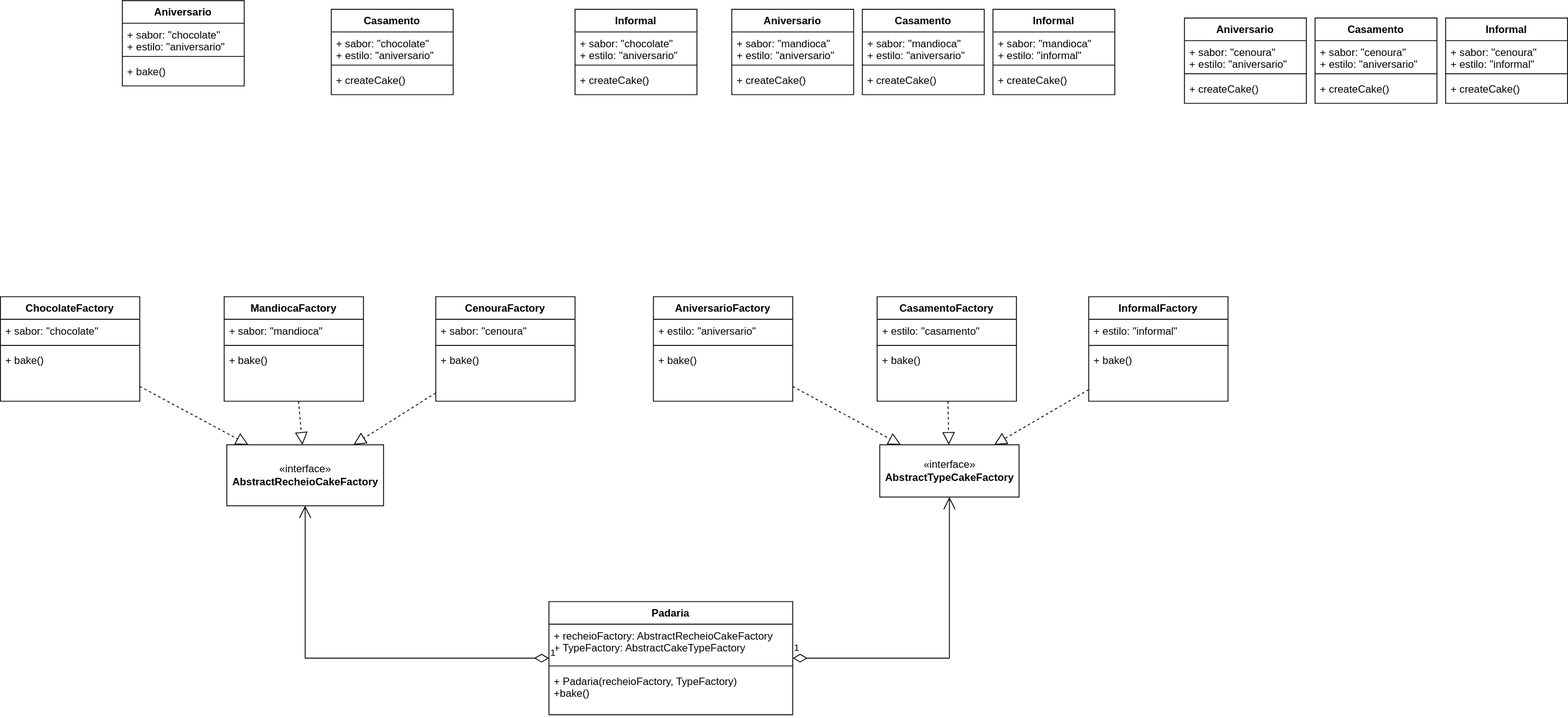
Before: padaria-factory.drawio.svg, a diagram exported from draw.io (lucas-maia-morais/lab03). Source tidied: cells renumbered, new cells last; positions are measured from the earlier drawing's top-left corner, leaving out a move shared by most shapes.
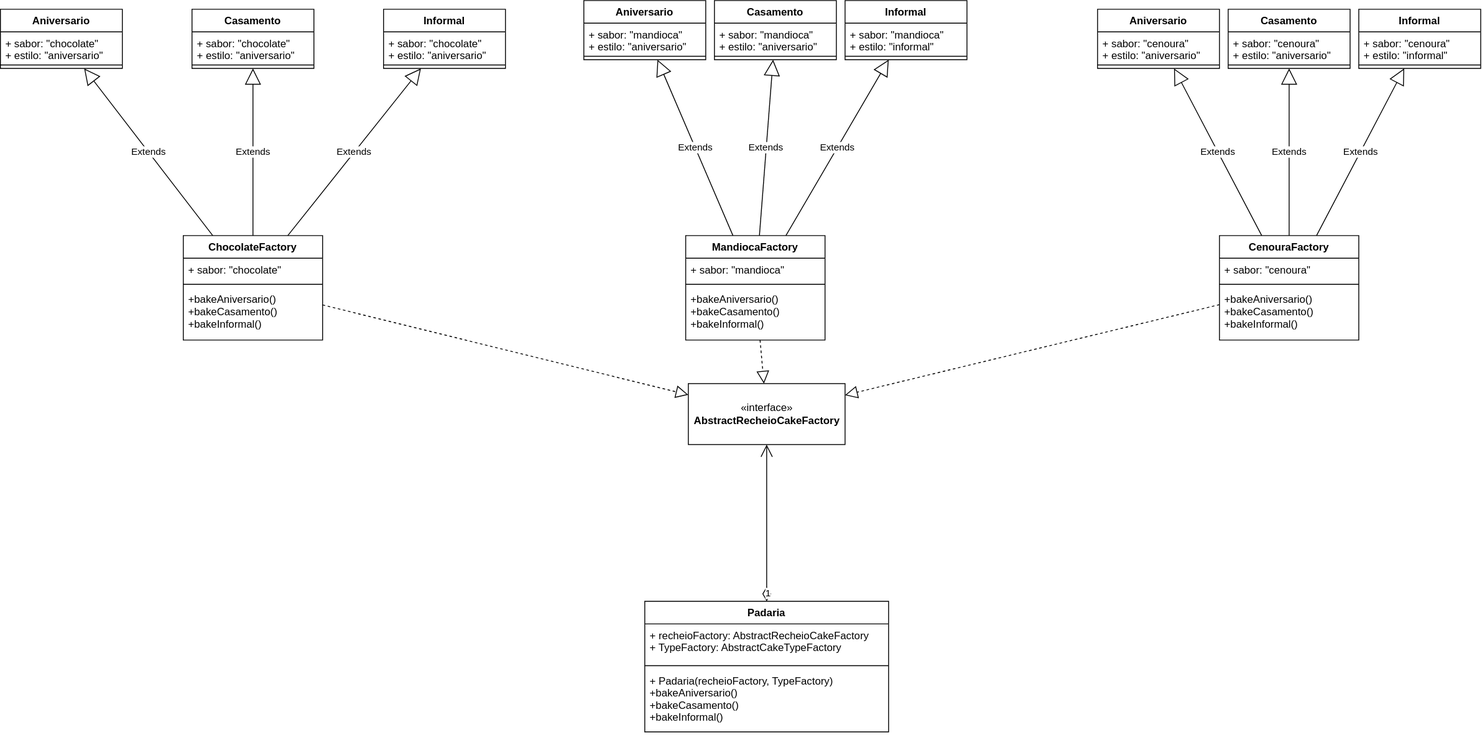
After the change.

What changed in the source:
```diff
@@ -5,3 +5,3 @@
     <mxCell id="2" value="Aniversario" style="swimlane;fontStyle=1;align=center;verticalAlign=top;horizontal=1;startSize=26;" parent="1" vertex="1">
-      <mxGeometry x="140" width="140" height="98" as="geometry" />
+      <mxGeometry x="-110" y="10" width="140" height="68" as="geometry" />
     </mxCell>
@@ -13,7 +13,4 @@
     </mxCell>
-    <mxCell id="5" value="+ bake()" style="text;strokeColor=none;fillColor=none;align=left;verticalAlign=top;spacingLeft=4;spacingRight=4;overflow=hidden;" parent="2" vertex="1">
-      <mxGeometry y="68" width="140" height="30" as="geometry" />
-    </mxCell>
     <mxCell id="6" value="Casamento" style="swimlane;fontStyle=1;align=center;verticalAlign=top;horizontal=1;startSize=26;" parent="1" vertex="1">
-      <mxGeometry x="380" y="10" width="140" height="98" as="geometry" />
+      <mxGeometry x="110" y="10" width="140" height="68" as="geometry" />
     </mxCell>
@@ -25,7 +22,4 @@
     </mxCell>
-    <mxCell id="9" value="+ createCake()" style="text;strokeColor=none;fillColor=none;align=left;verticalAlign=top;spacingLeft=4;spacingRight=4;overflow=hidden;" parent="6" vertex="1">
-      <mxGeometry y="68" width="140" height="30" as="geometry" />
-    </mxCell>
     <mxCell id="10" value="Informal" style="swimlane;fontStyle=1;align=center;verticalAlign=top;horizontal=1;startSize=26;" parent="1" vertex="1">
-      <mxGeometry x="660" y="10" width="140" height="98" as="geometry" />
+      <mxGeometry x="330" y="10" width="140" height="68" as="geometry" />
     </mxCell>
@@ -37,7 +31,4 @@
     </mxCell>
-    <mxCell id="13" value="+ createCake()" style="text;strokeColor=none;fillColor=none;align=left;verticalAlign=top;spacingLeft=4;spacingRight=4;overflow=hidden;" parent="10" vertex="1">
-      <mxGeometry y="68" width="140" height="30" as="geometry" />
-    </mxCell>
     <mxCell id="14" value="Aniversario" style="swimlane;fontStyle=1;align=center;verticalAlign=top;horizontal=1;startSize=26;" parent="1" vertex="1">
-      <mxGeometry x="840" y="10" width="140" height="98" as="geometry" />
+      <mxGeometry x="560" width="140" height="68" as="geometry" />
     </mxCell>
@@ -49,7 +40,4 @@
     </mxCell>
-    <mxCell id="17" value="+ createCake()" style="text;strokeColor=none;fillColor=none;align=left;verticalAlign=top;spacingLeft=4;spacingRight=4;overflow=hidden;" parent="14" vertex="1">
-      <mxGeometry y="68" width="140" height="30" as="geometry" />
-    </mxCell>
     <mxCell id="18" value="Casamento" style="swimlane;fontStyle=1;align=center;verticalAlign=top;horizontal=1;startSize=26;" parent="1" vertex="1">
-      <mxGeometry x="990" y="10" width="140" height="98" as="geometry" />
+      <mxGeometry x="710" width="140" height="68" as="geometry" />
     </mxCell>
@@ -61,7 +49,4 @@
     </mxCell>
-    <mxCell id="21" value="+ createCake()" style="text;strokeColor=none;fillColor=none;align=left;verticalAlign=top;spacingLeft=4;spacingRight=4;overflow=hidden;" parent="18" vertex="1">
-      <mxGeometry y="68" width="140" height="30" as="geometry" />
-    </mxCell>
     <mxCell id="22" value="Informal" style="swimlane;fontStyle=1;align=center;verticalAlign=top;horizontal=1;startSize=26;" parent="1" vertex="1">
-      <mxGeometry x="1140" y="10" width="140" height="98" as="geometry" />
+      <mxGeometry x="860" width="140" height="68" as="geometry" />
     </mxCell>
@@ -73,7 +58,4 @@
     </mxCell>
-    <mxCell id="25" value="+ createCake()" style="text;strokeColor=none;fillColor=none;align=left;verticalAlign=top;spacingLeft=4;spacingRight=4;overflow=hidden;" parent="22" vertex="1">
-      <mxGeometry y="68" width="140" height="30" as="geometry" />
-    </mxCell>
     <mxCell id="26" value="Aniversario" style="swimlane;fontStyle=1;align=center;verticalAlign=top;horizontal=1;startSize=26;" parent="1" vertex="1">
-      <mxGeometry x="1360" y="20" width="140" height="98" as="geometry" />
+      <mxGeometry x="1150" y="10" width="140" height="68" as="geometry" />
     </mxCell>
@@ -85,7 +67,4 @@
     </mxCell>
-    <mxCell id="29" value="+ createCake()" style="text;strokeColor=none;fillColor=none;align=left;verticalAlign=top;spacingLeft=4;spacingRight=4;overflow=hidden;" parent="26" vertex="1">
-      <mxGeometry y="68" width="140" height="30" as="geometry" />
-    </mxCell>
     <mxCell id="30" value="Casamento" style="swimlane;fontStyle=1;align=center;verticalAlign=top;horizontal=1;startSize=26;" parent="1" vertex="1">
-      <mxGeometry x="1510" y="20" width="140" height="98" as="geometry" />
+      <mxGeometry x="1300" y="10" width="140" height="68" as="geometry" />
     </mxCell>
@@ -97,7 +76,4 @@
     </mxCell>
-    <mxCell id="33" value="+ createCake()" style="text;strokeColor=none;fillColor=none;align=left;verticalAlign=top;spacingLeft=4;spacingRight=4;overflow=hidden;" parent="30" vertex="1">
-      <mxGeometry y="68" width="140" height="30" as="geometry" />
-    </mxCell>
     <mxCell id="34" value="Informal" style="swimlane;fontStyle=1;align=center;verticalAlign=top;horizontal=1;startSize=26;" parent="1" vertex="1">
-      <mxGeometry x="1660" y="20" width="140" height="98" as="geometry" />
+      <mxGeometry x="1450" y="10" width="140" height="68" as="geometry" />
     </mxCell>
@@ -109,58 +85,7 @@
     </mxCell>
-    <mxCell id="37" value="+ createCake()" style="text;strokeColor=none;fillColor=none;align=left;verticalAlign=top;spacingLeft=4;spacingRight=4;overflow=hidden;" parent="34" vertex="1">
-      <mxGeometry y="68" width="140" height="30" as="geometry" />
-    </mxCell>
-    <mxCell id="38" value="«interface»&lt;br&gt;&lt;b&gt;AbstractTypeCakeFactory&lt;/b&gt;" style="html=1;" parent="1" vertex="1">
-      <mxGeometry x="1010" y="510" width="160" height="60" as="geometry" />
-    </mxCell>
-    <mxCell id="39" value="AniversarioFactory" style="swimlane;fontStyle=1;align=center;verticalAlign=top;horizontal=1;startSize=26;" parent="1" vertex="1">
-      <mxGeometry x="750" y="340" width="160" height="120" as="geometry" />
-    </mxCell>
-    <mxCell id="40" value="+ estilo: &quot;aniversario&quot;" style="text;strokeColor=none;fillColor=none;align=left;verticalAlign=top;spacingLeft=4;spacingRight=4;overflow=hidden;" parent="39" vertex="1">
-      <mxGeometry y="26" width="160" height="26" as="geometry" />
-    </mxCell>
-    <mxCell id="41" style="line;strokeWidth=1;fillColor=none;align=left;verticalAlign=middle;spacingTop=-1;spacingLeft=3;spacingRight=3;labelPosition=right;" parent="39" vertex="1">
-      <mxGeometry y="52" width="160" height="8" as="geometry" />
-    </mxCell>
-    <mxCell id="42" value="+ bake()" style="text;strokeColor=none;fillColor=none;align=left;verticalAlign=top;spacingLeft=4;spacingRight=4;overflow=hidden;" parent="39" vertex="1">
-      <mxGeometry y="60" width="160" height="60" as="geometry" />
-    </mxCell>
-    <mxCell id="43" value="CasamentoFactory" style="swimlane;fontStyle=1;align=center;verticalAlign=top;horizontal=1;startSize=26;" parent="1" vertex="1">
-      <mxGeometry x="1007" y="340" width="160" height="120" as="geometry" />
-    </mxCell>
-    <mxCell id="44" value="+ estilo: &quot;casamento&quot;" style="text;strokeColor=none;fillColor=none;align=left;verticalAlign=top;spacingLeft=4;spacingRight=4;overflow=hidden;" parent="43" vertex="1">
-      <mxGeometry y="26" width="160" height="26" as="geometry" />
-    </mxCell>
-    <mxCell id="45" style="line;strokeWidth=1;fillColor=none;align=left;verticalAlign=middle;spacingTop=-1;spacingLeft=3;spacingRight=3;labelPosition=right;" parent="43" vertex="1">
-      <mxGeometry y="52" width="160" height="8" as="geometry" />
-    </mxCell>
-    <mxCell id="46" value="+ bake()" style="text;strokeColor=none;fillColor=none;align=left;verticalAlign=top;spacingLeft=4;spacingRight=4;overflow=hidden;" parent="43" vertex="1">
-      <mxGeometry y="60" width="160" height="60" as="geometry" />
-    </mxCell>
-    <mxCell id="47" value="InformalFactory" style="swimlane;fontStyle=1;align=center;verticalAlign=top;horizontal=1;startSize=26;" parent="1" vertex="1">
-      <mxGeometry x="1250" y="340" width="160" height="120" as="geometry" />
-    </mxCell>
-    <mxCell id="48" value="+ estilo: &quot;informal&quot;" style="text;strokeColor=none;fillColor=none;align=left;verticalAlign=top;spacingLeft=4;spacingRight=4;overflow=hidden;" parent="47" vertex="1">
-      <mxGeometry y="26" width="160" height="26" as="geometry" />
-    </mxCell>
-    <mxCell id="49" style="line;strokeWidth=1;fillColor=none;align=left;verticalAlign=middle;spacingTop=-1;spacingLeft=3;spacingRight=3;labelPosition=right;" parent="47" vertex="1">
-      <mxGeometry y="52" width="160" height="8" as="geometry" />
-    </mxCell>
-    <mxCell id="50" value="+ bake()" style="text;strokeColor=none;fillColor=none;align=left;verticalAlign=top;spacingLeft=4;spacingRight=4;overflow=hidden;" parent="47" vertex="1">
-      <mxGeometry y="60" width="160" height="60" as="geometry" />
-    </mxCell>
-    <mxCell id="51" style="endArrow=block;dashed=1;endFill=0;endSize=12;html=1;rounded=0;" parent="1" edge="1" source="39" target="38">
-      <mxGeometry relative="1" as="geometry" />
-    </mxCell>
-    <mxCell id="52" style="endArrow=block;dashed=1;endFill=0;endSize=12;html=1;rounded=0;" parent="1" edge="1" source="43" target="38">
-      <mxGeometry relative="1" as="geometry" />
-    </mxCell>
-    <mxCell id="53" style="endArrow=block;dashed=1;endFill=0;endSize=12;html=1;rounded=0;" parent="1" edge="1" source="47" target="38">
-      <mxGeometry relative="1" as="geometry" />
-    </mxCell>
     <mxCell id="54" value="«interface»&lt;br&gt;&lt;b&gt;AbstractRecheioCakeFactory&lt;/b&gt;" style="html=1;" parent="1" vertex="1">
-      <mxGeometry x="260" y="510" width="180" height="70" as="geometry" />
+      <mxGeometry x="680" y="440" width="180" height="70" as="geometry" />
     </mxCell>
     <mxCell id="55" value="ChocolateFactory" style="swimlane;fontStyle=1;align=center;verticalAlign=top;horizontal=1;startSize=26;" parent="1" vertex="1">
-      <mxGeometry y="340" width="160" height="120" as="geometry" />
+      <mxGeometry x="100" y="270" width="160" height="120" as="geometry" />
     </mxCell>
@@ -172,3 +97,3 @@
     </mxCell>
-    <mxCell id="58" value="+ bake()" style="text;strokeColor=none;fillColor=none;align=left;verticalAlign=top;spacingLeft=4;spacingRight=4;overflow=hidden;" parent="55" vertex="1">
+    <mxCell id="58" value="+bakeAniversario()&#10;+bakeCasamento()&#10;+bakeInformal()" style="text;strokeColor=none;fillColor=none;align=left;verticalAlign=top;spacingLeft=4;spacingRight=4;overflow=hidden;" parent="55" vertex="1">
       <mxGeometry y="60" width="160" height="60" as="geometry" />
@@ -176,3 +101,3 @@
     <mxCell id="59" value="MandiocaFactory" style="swimlane;fontStyle=1;align=center;verticalAlign=top;horizontal=1;startSize=26;" parent="1" vertex="1">
-      <mxGeometry x="257" y="340" width="160" height="120" as="geometry" />
+      <mxGeometry x="677" y="270" width="160" height="120" as="geometry" />
     </mxCell>
@@ -184,3 +109,3 @@
     </mxCell>
-    <mxCell id="62" value="+ bake()" style="text;strokeColor=none;fillColor=none;align=left;verticalAlign=top;spacingLeft=4;spacingRight=4;overflow=hidden;" parent="59" vertex="1">
+    <mxCell id="62" value="+bakeAniversario()&#10;+bakeCasamento()&#10;+bakeInformal()" style="text;strokeColor=none;fillColor=none;align=left;verticalAlign=top;spacingLeft=4;spacingRight=4;overflow=hidden;" parent="59" vertex="1">
       <mxGeometry y="60" width="160" height="60" as="geometry" />
@@ -188,3 +113,3 @@
     <mxCell id="63" value="CenouraFactory" style="swimlane;fontStyle=1;align=center;verticalAlign=top;horizontal=1;startSize=26;" parent="1" vertex="1">
-      <mxGeometry x="500" y="340" width="160" height="120" as="geometry" />
+      <mxGeometry x="1290" y="270" width="160" height="120" as="geometry" />
     </mxCell>
@@ -196,3 +121,3 @@
     </mxCell>
-    <mxCell id="66" value="+ bake()" style="text;strokeColor=none;fillColor=none;align=left;verticalAlign=top;spacingLeft=4;spacingRight=4;overflow=hidden;" parent="63" vertex="1">
+    <mxCell id="66" value="+bakeAniversario()&#10;+bakeCasamento()&#10;+bakeInformal()" style="text;strokeColor=none;fillColor=none;align=left;verticalAlign=top;spacingLeft=4;spacingRight=4;overflow=hidden;" parent="63" vertex="1">
       <mxGeometry y="60" width="160" height="60" as="geometry" />
@@ -209,3 +134,3 @@
     <mxCell id="70" value="Padaria" style="swimlane;fontStyle=1;align=center;verticalAlign=top;horizontal=1;startSize=26;" parent="1" vertex="1">
-      <mxGeometry x="630" y="690" width="280" height="130" as="geometry" />
+      <mxGeometry x="630" y="690" width="280" height="150" as="geometry" />
     </mxCell>
@@ -217,8 +142,5 @@
     </mxCell>
-    <mxCell id="73" value="+ Padaria(recheioFactory, TypeFactory)&#10;+bake()" style="text;strokeColor=none;fillColor=none;align=left;verticalAlign=top;spacingLeft=4;spacingRight=4;overflow=hidden;" parent="70" vertex="1">
-      <mxGeometry y="78" width="280" height="52" as="geometry" />
+    <mxCell id="73" value="+ Padaria(recheioFactory, TypeFactory)&#10;+bakeAniversario()&#10;+bakeCasamento()&#10;+bakeInformal()" style="text;strokeColor=none;fillColor=none;align=left;verticalAlign=top;spacingLeft=4;spacingRight=4;overflow=hidden;" parent="70" vertex="1">
+      <mxGeometry y="78" width="280" height="72" as="geometry" />
     </mxCell>
-    <mxCell id="74" value="1" style="endArrow=open;html=1;endSize=12;startArrow=diamondThin;startSize=14;startFill=0;edgeStyle=orthogonalEdgeStyle;align=left;verticalAlign=bottom;rounded=0;" parent="1" edge="1" source="70" target="38">
-      <mxGeometry x="-1" y="3" relative="1" as="geometry" />
-    </mxCell>
     <mxCell id="75" value="1" style="endArrow=open;html=1;endSize=12;startArrow=diamondThin;startSize=14;startFill=0;edgeStyle=orthogonalEdgeStyle;align=left;verticalAlign=bottom;rounded=0;" parent="1" edge="1" source="70" target="54">
@@ -226,2 +148,29 @@
     </mxCell>
+    <mxCell id="76" value="Extends" style="endArrow=block;endSize=16;endFill=0;html=1;rounded=0;" parent="1" edge="1" source="55" target="2">
+      <mxGeometry relative="1" as="geometry" />
+    </mxCell>
+    <mxCell id="77" value="Extends" style="endArrow=block;endSize=16;endFill=0;html=1;rounded=0;" parent="1" edge="1" source="55" target="6">
+      <mxGeometry relative="1" as="geometry" />
+    </mxCell>
+    <mxCell id="78" value="Extends" style="endArrow=block;endSize=16;endFill=0;html=1;rounded=0;exitX=0.75;exitY=0;exitDx=0;exitDy=0;" parent="1" edge="1" source="55" target="10">
+      <mxGeometry relative="1" as="geometry" />
+    </mxCell>
+    <mxCell id="79" value="Extends" style="endArrow=block;endSize=16;endFill=0;html=1;rounded=0;" parent="1" edge="1" source="59" target="14">
+      <mxGeometry relative="1" as="geometry" />
+    </mxCell>
+    <mxCell id="80" value="Extends" style="endArrow=block;endSize=16;endFill=0;html=1;rounded=0;" parent="1" edge="1" source="59" target="18">
+      <mxGeometry relative="1" as="geometry" />
+    </mxCell>
+    <mxCell id="81" value="Extends" style="endArrow=block;endSize=16;endFill=0;html=1;rounded=0;" parent="1" edge="1" source="59" target="22">
+      <mxGeometry relative="1" as="geometry" />
+    </mxCell>
+    <mxCell id="82" value="Extends" style="endArrow=block;endSize=16;endFill=0;html=1;rounded=0;" parent="1" edge="1" source="63" target="26">
+      <mxGeometry relative="1" as="geometry" />
+    </mxCell>
+    <mxCell id="83" value="Extends" style="endArrow=block;endSize=16;endFill=0;html=1;rounded=0;" parent="1" edge="1" source="63" target="30">
+      <mxGeometry relative="1" as="geometry" />
+    </mxCell>
+    <mxCell id="84" value="Extends" style="endArrow=block;endSize=16;endFill=0;html=1;rounded=0;" parent="1" edge="1" source="63" target="34">
+      <mxGeometry relative="1" as="geometry" />
+    </mxCell>
   </root>
```
